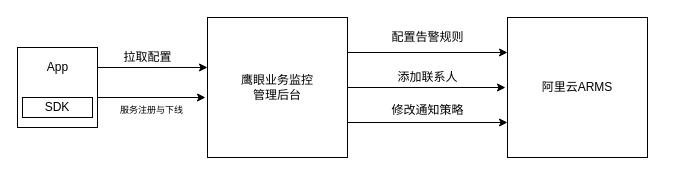
Earlier version of the draw.io diagram Untitled Diagram.drawio (IM17/drawio). Source tidied: cells renumbered, new cells numbered last; positions are measured from the earlier drawing's top-left corner, leaving out a move shared by most shapes. Both pictures are drawn from the tidied source at 100%, with x=0, y=0 at pixel (17, 17).
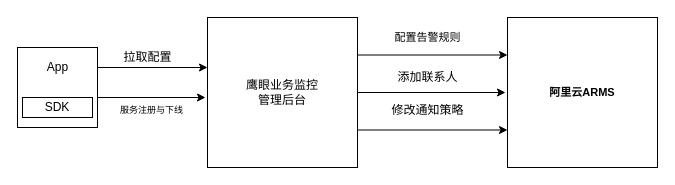
The same diagram, later.

Diff of the diagram source:
```diff
@@
 <mxGraphModel>
   <root>
     <mxCell id="0" />
     <mxCell id="1" parent="0" />
     <mxCell id="2" style="whiteSpace=wrap;html=1;" parent="1" vertex="1">
       <mxGeometry y="30" width="80" height="80" as="geometry" />
     </mxCell>
     <mxCell id="3" value="App" style="text;html=1;align=center;verticalAlign=middle;fillColor=none;strokeColor=none;rounded=0;" parent="1" vertex="1">
       <mxGeometry x="20" y="40" width="40" height="20" as="geometry" />
     </mxCell>
     <mxCell id="4" value="SDK" style="rounded=0;whiteSpace=wrap;html=1;" parent="1" vertex="1">
       <mxGeometry x="5" y="80" width="70" height="20" as="geometry" />
     </mxCell>
     <mxCell id="5" value="鹰眼业务监控&lt;br&gt;管理后台" style="whiteSpace=wrap;html=1;" parent="1" vertex="1">
-      <mxGeometry x="190" width="140" height="140" as="geometry" />
+      <mxGeometry x="190" width="150" height="150" as="geometry" />
     </mxCell>
-    <mxCell id="6" style="endArrow=classic;html=1;entryX=0;entryY=0.357;entryDx=0;entryDy=0;entryPerimeter=0;" parent="1" edge="1" target="5">
+    <mxCell id="6" style="endArrow=classic;html=1;" parent="1" edge="1">
       <mxGeometry relative="1" as="geometry">
         <mxPoint x="80" y="50" as="sourcePoint" />
+        <mxPoint x="190" y="50" as="targetPoint" />
       </mxGeometry>
     </mxCell>
     <mxCell id="7" value="&lt;font style=&quot;font-size: 12px&quot;&gt;拉取配置&lt;/font&gt;" style="text;html=1;align=center;verticalAlign=middle;fillColor=none;strokeColor=none;rounded=0;" parent="1" vertex="1">
       <mxGeometry x="100" y="30" width="60" height="20" as="geometry" />
     </mxCell>
     <mxCell id="8" style="endArrow=classic;html=1;" parent="1" edge="1">
       <mxGeometry relative="1" as="geometry">
         <mxPoint x="80" y="80" as="sourcePoint" />
         <mxPoint x="188" y="80" as="targetPoint" />
       </mxGeometry>
     </mxCell>
     <mxCell id="9" value="&lt;font style=&quot;font-size: 9px&quot;&gt;服务注册与下线&lt;/font&gt;" style="text;html=1;align=center;verticalAlign=middle;fillColor=none;strokeColor=none;rounded=0;fontSize=9;" parent="1" vertex="1">
       <mxGeometry x="84" y="83" width="100" height="20" as="geometry" />
     </mxCell>
-    <mxCell id="10" value="阿里云ARMS" style="whiteSpace=wrap;html=1;" parent="1" vertex="1">
-      <mxGeometry x="490" width="140" height="140" as="geometry" />
+    <mxCell id="10" value="&lt;h4&gt;&lt;font style=&quot;font-size: 11px&quot;&gt;阿里云ARMS&lt;/font&gt;&lt;/h4&gt;" style="whiteSpace=wrap;html=1;" parent="1" vertex="1">
+      <mxGeometry x="490" width="150" height="150" as="geometry" />
     </mxCell>
     <mxCell id="11" style="endArrow=classic;html=1;exitX=1;exitY=0.25;exitDx=0;exitDy=0;entryX=0;entryY=0.25;entryDx=0;entryDy=0;" parent="1" edge="1" source="5" target="10">
       <mxGeometry relative="1" as="geometry" />
     </mxCell>
-    <mxCell id="12" value="配置告警规则" style="text;html=1;align=center;verticalAlign=middle;fillColor=none;strokeColor=none;rounded=0;" parent="1" vertex="1">
+    <mxCell id="12" value="&lt;font style=&quot;font-size: 11px&quot;&gt;配置告警规则&lt;/font&gt;" style="text;html=1;align=center;verticalAlign=middle;fillColor=none;strokeColor=none;rounded=0;" parent="1" vertex="1">
       <mxGeometry x="365" y="10" width="90" height="20" as="geometry" />
     </mxCell>
     <mxCell id="13" value="添加联系人" style="text;html=1;align=center;verticalAlign=middle;fillColor=none;strokeColor=none;rounded=0;" parent="1" vertex="1">
       <mxGeometry x="370" y="50" width="80" height="20" as="geometry" />
     </mxCell>
     <mxCell id="14" style="endArrow=classic;html=1;exitX=1;exitY=0.5;exitDx=0;exitDy=0;" parent="1" edge="1" source="5">
       <mxGeometry relative="1" as="geometry">
-        <mxPoint x="488" y="70" as="targetPoint" />
+        <mxPoint x="488" y="75" as="targetPoint" />
       </mxGeometry>
     </mxCell>
     <mxCell id="15" style="endArrow=classic;html=1;exitX=1;exitY=0.75;exitDx=0;exitDy=0;entryX=0;entryY=0.75;entryDx=0;entryDy=0;" parent="1" edge="1" source="5" target="10">
       <mxGeometry relative="1" as="geometry" />
     </mxCell>
     <mxCell id="16" value="修改通知策略" style="text;html=1;align=center;verticalAlign=middle;fillColor=none;strokeColor=none;rounded=0;" parent="1" vertex="1">
       <mxGeometry x="365" y="83" width="90" height="20" as="geometry" />
     </mxCell>
   </root>
 </mxGraphModel>
```
